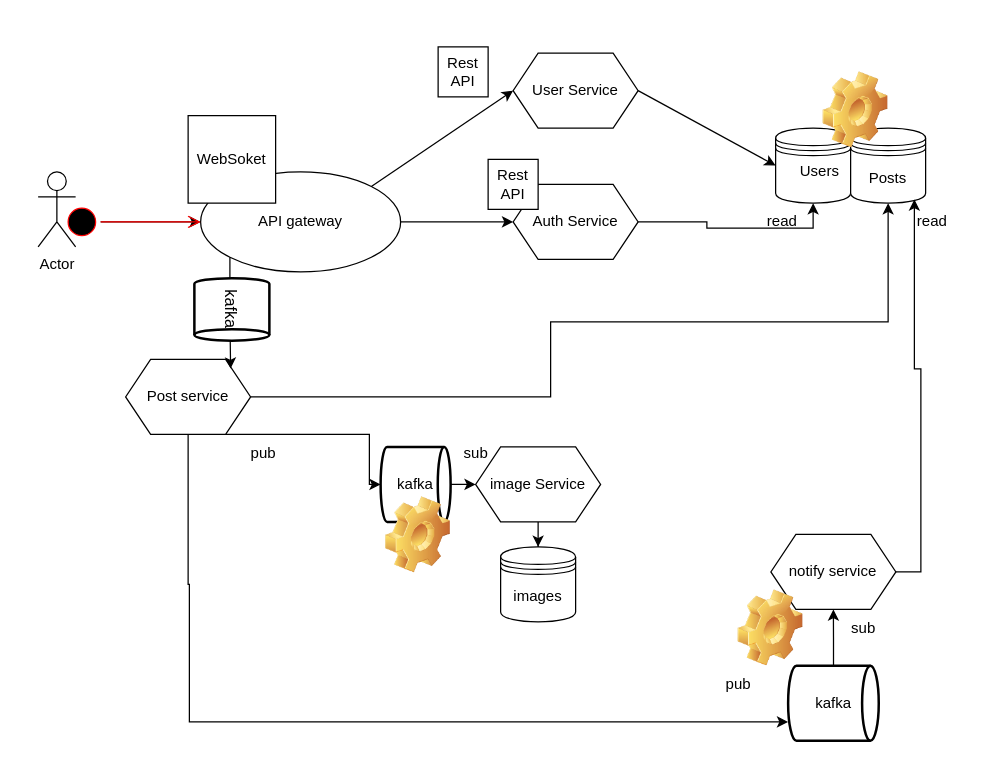
maxfa5/image-boarg keeps this draw.io diagram as src/Диаграмма без названия.drawio. Above is the earlier version. Source tidied: cells renumbered, new cells numbered last; positions are measured from the earlier drawing's top-left corner, leaving out a move shared by most shapes. Both pictures are drawn from the tidied source at 125%, with x=0, y=0 at pixel (38, 46).
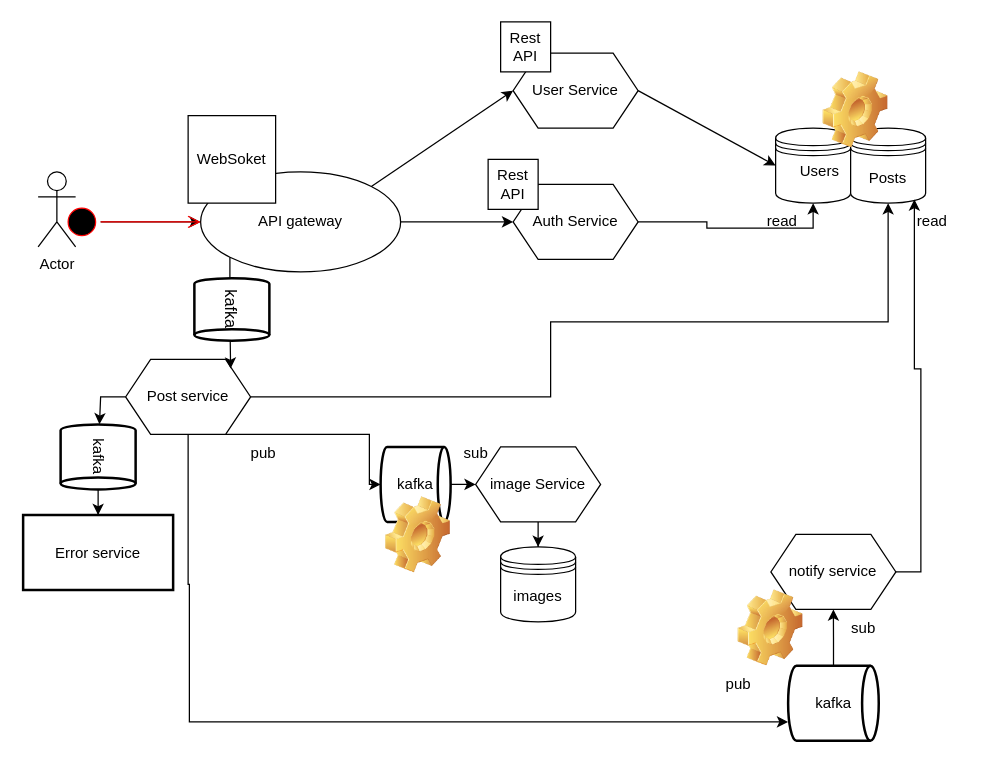
After the change.

Unchanged cells that the change refers to:
```xml
<mxCell id="19" value="Post service" style="rounded=0;whiteSpace=wrap;html=1;shape=hexagon;perimeter=hexagonPerimeter2;fixedSize=1;" parent="1" vertex="1">
  <mxGeometry x="70" y="250" width="100" height="60" as="geometry" />
</mxCell>
```

What changed in the source:
```diff
@@
     <mxCell id="13" value="Rest API" style="whiteSpace=wrap;html=1;" parent="1" vertex="1">
-      <mxGeometry x="320" width="40" height="40" as="geometry" />
+      <mxGeometry x="370" y="-20" width="40" height="40" as="geometry" />
     </mxCell>
@@
+    <mxCell id="43" style="edgeStyle=orthogonalEdgeStyle;rounded=0;jettySize=auto;html=1;" parent="1" edge="1" source="19" target="45">
+      <mxGeometry relative="1" as="geometry">
+        <Array as="points">
+          <mxPoint x="50" y="280" />
+          <mxPoint x="50" y="322" />
+          <mxPoint x="48" y="322" />
+        </Array>
+      </mxGeometry>
+    </mxCell>
@@
+    <mxCell id="44" style="edgeStyle=orthogonalEdgeStyle;rounded=0;jettySize=auto;html=1;" parent="1" edge="1" source="45" target="46">
+      <mxGeometry relative="1" as="geometry" />
+    </mxCell>
+    <mxCell id="45" value="kafka" style="strokeWidth=2;html=1;shape=mxgraph.flowchart.direct_data;whiteSpace=wrap;rotation=90;" parent="1" vertex="1">
+      <mxGeometry x="22" y="298" width="52" height="60" as="geometry" />
+    </mxCell>
+    <mxCell id="46" value="Error service" style="whiteSpace=wrap;html=1;strokeWidth=2;" parent="1" vertex="1">
+      <mxGeometry x="-12" y="374.5" width="120" height="60" as="geometry" />
+    </mxCell>
```
